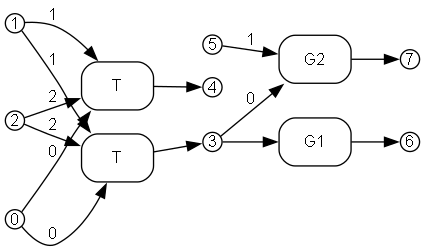
This is crates/bhyp/images/test_copy_subst_commute/path2_result.png from ammatsui/bhypvis, a Graphviz export, as it was before one commit. Its source is kept beside it as crates/bhyp/images/test_copy_subst_commute/path2_result.dot. Source of this version:
```dot
digraph path2_result {
  fontname="Helvetica"
  fontsize=12
  rankdir=LR;
  node [fontname="Helvetica", fontsize=12];
  edge [fontname="Helvetica", fontsize=12];

  n1 [label="1", shape=circle, style=filled, fillcolor=white, color="black", width=0.2, height=0.2, fixedsize=true];
  n0 [label="0", shape=circle, style=filled, fillcolor=white, color="black", width=0.2, height=0.2, fixedsize=true];
  n2 [label="2", shape=circle, style=filled, fillcolor=white, color="black", width=0.2, height=0.2, fixedsize=true];
  n5 [label="5", shape=circle, style=filled, fillcolor=white, color="black", width=0.2, height=0.2, fixedsize=true];
  n6 [label="6", shape=circle, style=filled, fillcolor=white, color="black", width=0.2, height=0.2, fixedsize=true];
  n7 [label="7", shape=circle, style=filled, fillcolor=white, color="black", width=0.2, height=0.2, fixedsize=true];
  n4 [label="4", shape=circle, style=filled, fillcolor=white, color="black", width=0.2, height=0.2, fixedsize=true];
  n3 [label="3", shape=circle, style=filled, fillcolor=white, color="black", width=0.2, height=0.2, fixedsize=true];

  e3 [label="G1", shape=box, style=rounded, color="black"];
  e1 [label="T", shape=box, style=rounded, color="black"];
  e0 [label="T", shape=box, style=rounded, color="black"];
  e2 [label="G2", shape=box, style=rounded, color="black"];

  n3 -> e3 [label=""];
  n0 -> e1 [label="0"];
  n1 -> e1 [label="1"];
  n2 -> e1 [label="2"];
  n0 -> e0 [label="0"];
  n1 -> e0 [label="1"];
  n2 -> e0 [label="2"];
  n3 -> e2 [label="0"];
  n5 -> e2 [label="1"];

  e3 -> n6 [label=""];
  e1 -> n4 [label=""];
  e0 -> n3 [label=""];
  e2 -> n7 [label=""];
}
```
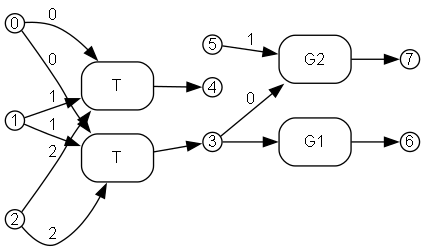
The same diagram one commit later.

Change to the diagram source:
```diff
@@ -5,32 +5,32 @@
   node [fontname="Helvetica", fontsize=12];
   edge [fontname="Helvetica", fontsize=12];
 
+  n0 [label="0", shape=circle, style=filled, fillcolor=white, color="black", width=0.2, height=0.2, fixedsize=true];
+  n6 [label="6", shape=circle, style=filled, fillcolor=white, color="black", width=0.2, height=0.2, fixedsize=true];
+  n4 [label="4", shape=circle, style=filled, fillcolor=white, color="black", width=0.2, height=0.2, fixedsize=true];
+  n7 [label="7", shape=circle, style=filled, fillcolor=white, color="black", width=0.2, height=0.2, fixedsize=true];
+  n2 [label="2", shape=circle, style=filled, fillcolor=white, color="black", width=0.2, height=0.2, fixedsize=true];
+  n3 [label="3", shape=circle, style=filled, fillcolor=white, color="black", width=0.2, height=0.2, fixedsize=true];
   n1 [label="1", shape=circle, style=filled, fillcolor=white, color="black", width=0.2, height=0.2, fixedsize=true];
-  n0 [label="0", shape=circle, style=filled, fillcolor=white, color="black", width=0.2, height=0.2, fixedsize=true];
-  n2 [label="2", shape=circle, style=filled, fillcolor=white, color="black", width=0.2, height=0.2, fixedsize=true];
   n5 [label="5", shape=circle, style=filled, fillcolor=white, color="black", width=0.2, height=0.2, fixedsize=true];
-  n6 [label="6", shape=circle, style=filled, fillcolor=white, color="black", width=0.2, height=0.2, fixedsize=true];
-  n7 [label="7", shape=circle, style=filled, fillcolor=white, color="black", width=0.2, height=0.2, fixedsize=true];
-  n4 [label="4", shape=circle, style=filled, fillcolor=white, color="black", width=0.2, height=0.2, fixedsize=true];
-  n3 [label="3", shape=circle, style=filled, fillcolor=white, color="black", width=0.2, height=0.2, fixedsize=true];
 
+  e1 [label="T", shape=box, style=rounded, color="black"];
+  e2 [label="G2", shape=box, style=rounded, color="black"];
   e3 [label="G1", shape=box, style=rounded, color="black"];
-  e1 [label="T", shape=box, style=rounded, color="black"];
   e0 [label="T", shape=box, style=rounded, color="black"];
-  e2 [label="G2", shape=box, style=rounded, color="black"];
 
-  n3 -> e3 [label=""];
   n0 -> e1 [label="0"];
   n1 -> e1 [label="1"];
   n2 -> e1 [label="2"];
+  n3 -> e2 [label="0"];
+  n5 -> e2 [label="1"];
+  n3 -> e3 [label=""];
   n0 -> e0 [label="0"];
   n1 -> e0 [label="1"];
   n2 -> e0 [label="2"];
-  n3 -> e2 [label="0"];
-  n5 -> e2 [label="1"];
 
+  e1 -> n4 [label=""];
+  e2 -> n7 [label=""];
   e3 -> n6 [label=""];
-  e1 -> n4 [label=""];
   e0 -> n3 [label=""];
-  e2 -> n7 [label=""];
 }
```
